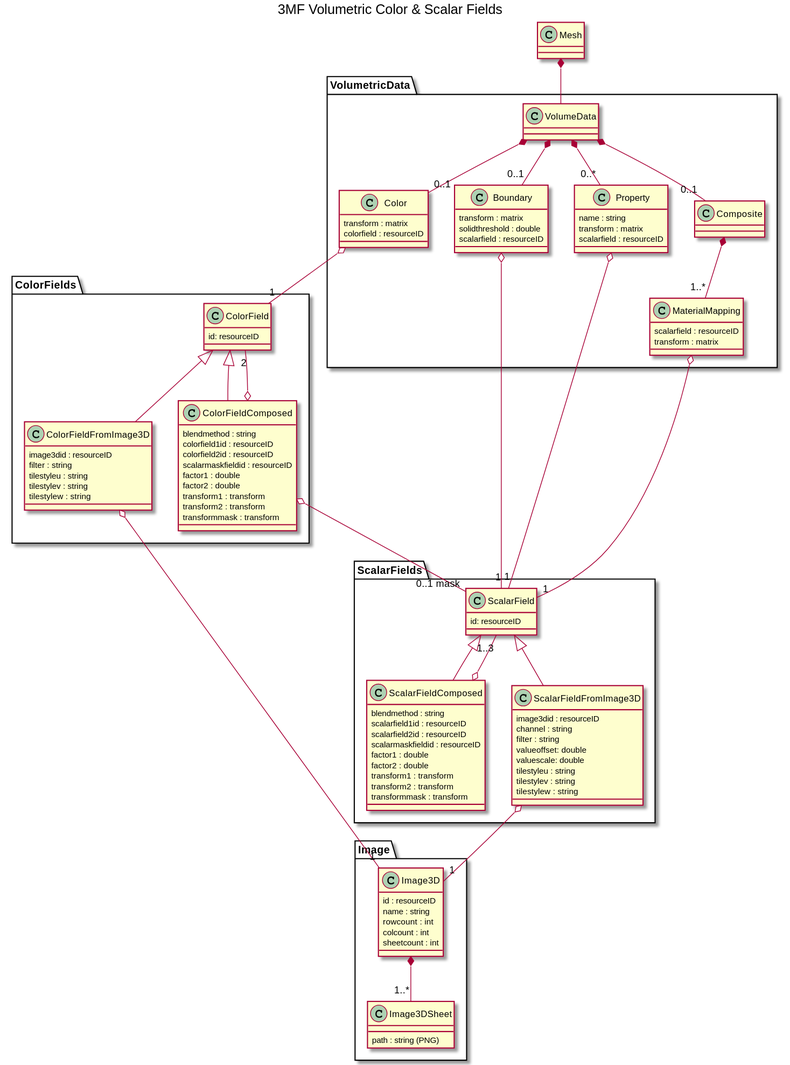
The PlantUML diagram Volumetric class diagram/Volumetric class diagram.svg in 3MFConsortium/spec_volumetric, before a commit.
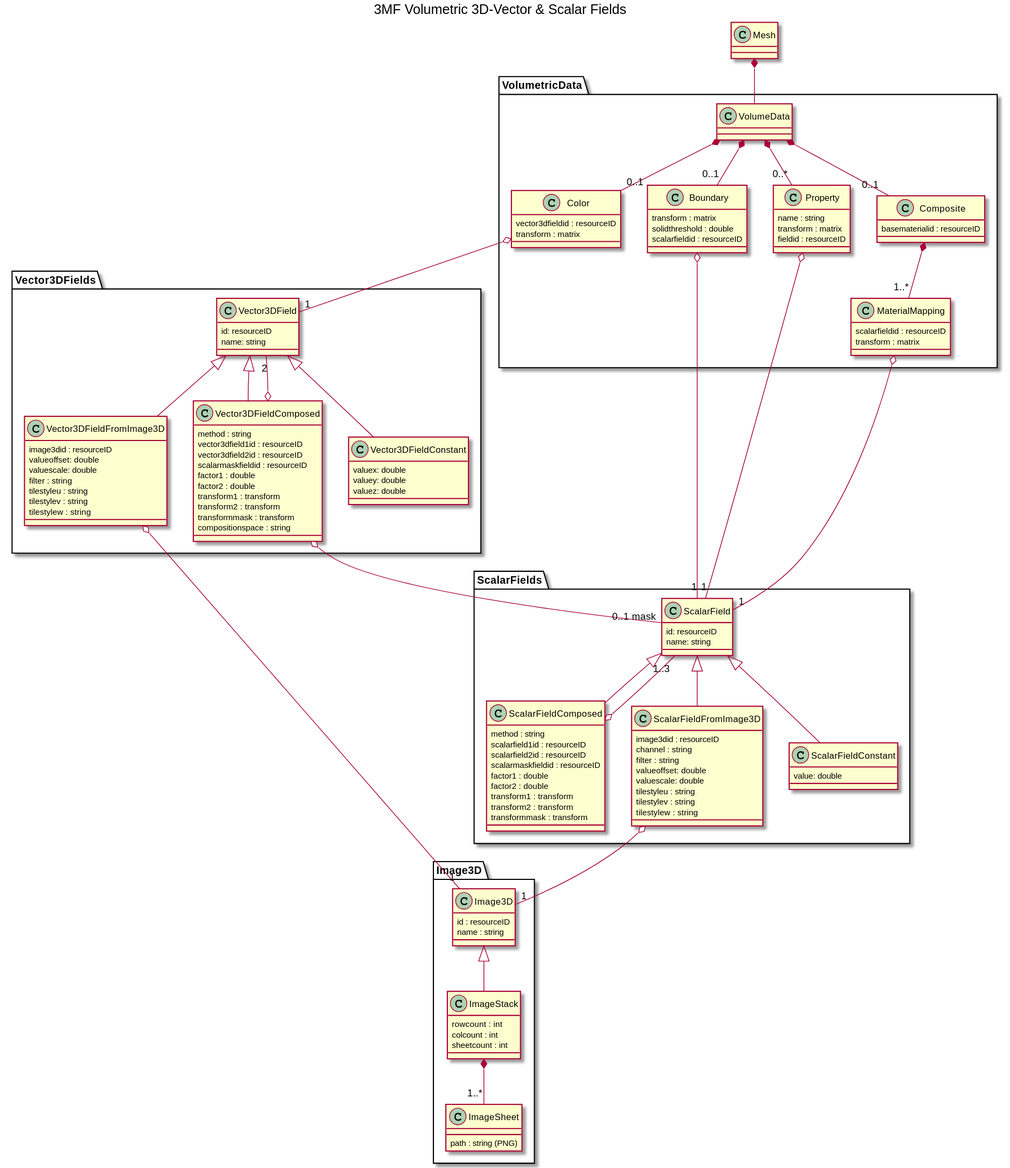
Above is the later version.

Commit message:
Add constant fields

Diff of the diagram source:
```diff
@@ -1,24 +1,28 @@
 @startuml
 
-title 3MF Volumetric Color & Scalar Fields
+title 3MF Volumetric 3D-Vector & Scalar Fields
 
-package Image
+package Image3D
 {
-    Class Image3D
+    class Image3D
     {
         id : resourceID
         name : string
+    }
+
+    Class ImageStack extends Image3D
+    {
         rowcount : int
         colcount : int
         sheetcount : int
     }
 
-    Class Image3DSheet
+    Class ImageSheet
     {
         path : string (PNG)
     }
 
-    Image3D *-- "1..*" Image3DSheet
+    ImageStack *-- "1..*" ImageSheet
 }
 
 package ScalarFields
@@ -26,11 +30,12 @@
     Class ScalarField
     {
         id: resourceID
+        name: string
     }
 
     Class ScalarFieldComposed extends ScalarField
     {
-        blendmethod : string
+        method : string
         scalarfield1id : resourceID
         scalarfield2id : resourceID
         scalarmaskfieldid : resourceID
@@ -53,42 +58,58 @@
         tilestylew : string
     }
 
+    Class ScalarFieldConstant extends ScalarField
+    {
+        value: double
+    }
+
     ScalarFieldComposed o-- "1..3" ScalarField
     ScalarFieldFromImage3D o-- "1" Image3D
 }
 
-package ColorFields
+package Vector3DFields
 {
-    Class ColorField
+    Class Vector3DField
     {
         id: resourceID
+        name: string
     }
 
-    Class ColorFieldComposed extends ColorField
+    Class Vector3DFieldComposed extends Vector3DField
     {
-        blendmethod : string
-        colorfield1id : resourceID
-        colorfield2id : resourceID
+        method : string
+        vector3dfield1id : resourceID
+        vector3dfield2id : resourceID
         scalarmaskfieldid : resourceID
         factor1 : double
         factor2 : double
         transform1 : transform
         transform2 : transform
         transformmask : transform
+        compositionspace : string
     }
 
-    Class ColorFieldFromImage3D extends ColorField
+    Class Vector3DFieldFromImage3D extends Vector3DField
     {
         image3did : resourceID
+        valueoffset: double
+        valuescale: double
         filter : string
         tilestyleu : string
         tilestylev : string
         tilestylew : string
     }
 
-    ColorFieldComposed o-- "2" ColorField
-    ColorFieldComposed o-- "0..1 mask" ScalarField
-    ColorFieldFromImage3D o-- "1" Image3D
+    Class Vector3DFieldConstant extends Vector3DField
+    {
+        valuex: double
+        valuey: double
+        valuez: double
+    }
+
+    Vector3DFieldComposed o-- "2" Vector3DField
+    Vector3DFieldComposed o-- "0..1 mask" ScalarField
+    Vector3DFieldFromImage3D o-- "1" Image3D
 }
 
 package VolumetricData
@@ -99,29 +120,30 @@
     {
         transform : matrix
         solidthreshold : double
-        scalarfield : resourceID
+        scalarfieldid : resourceID
     }
 
     Class Color
     {
+        vector3dfieldid : resourceID
         transform : matrix
-        colorfield : resourceID
     }
 
     Class Property
     {
         name : string
         transform : matrix
-        scalarfield : resourceID
+        fieldid : resourceID
     }
 
     Class Composite
     {
+        basematerialid : resourceID
     }
 
     Class MaterialMapping
     {
-        scalarfield : resourceID
+        scalarfieldid : resourceID
         transform : matrix
     }
 
@@ -132,7 +154,7 @@
     Composite *-- "1..*" MaterialMapping
 
     Boundary o-- "1" ScalarField
-    Color o-- "1" ColorField
+    Color o-- "1" Vector3DField
     Property o-- "1" ScalarField
     MaterialMapping o-- "1" ScalarField
 }
```
